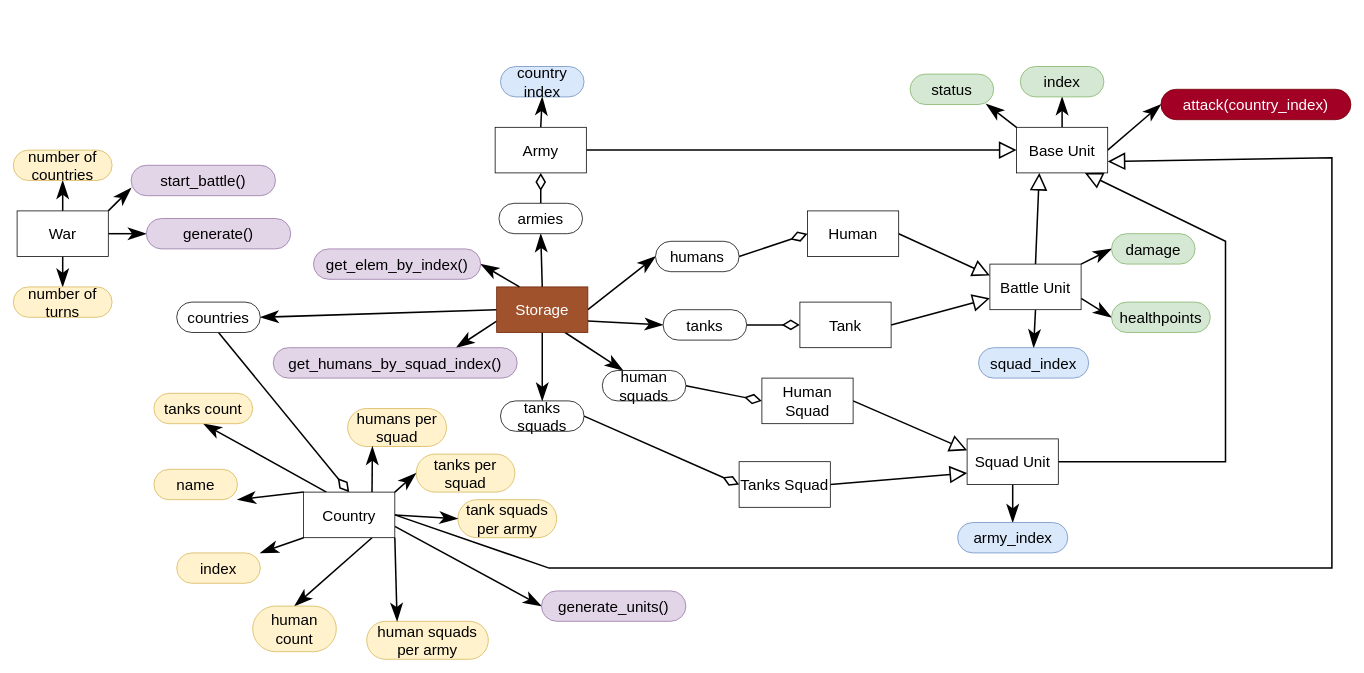
MikelTopKek/battlegame keeps this draw.io diagram as the_battle.drawio. Above is the earlier version. Source tidied: cells renumbered, new cells numbered last; positions are measured from the earlier drawing's top-left corner, leaving out a move shared by most shapes. Both pictures are drawn from the tidied source at 76%, with x=0, y=0 at pixel (13, 66).
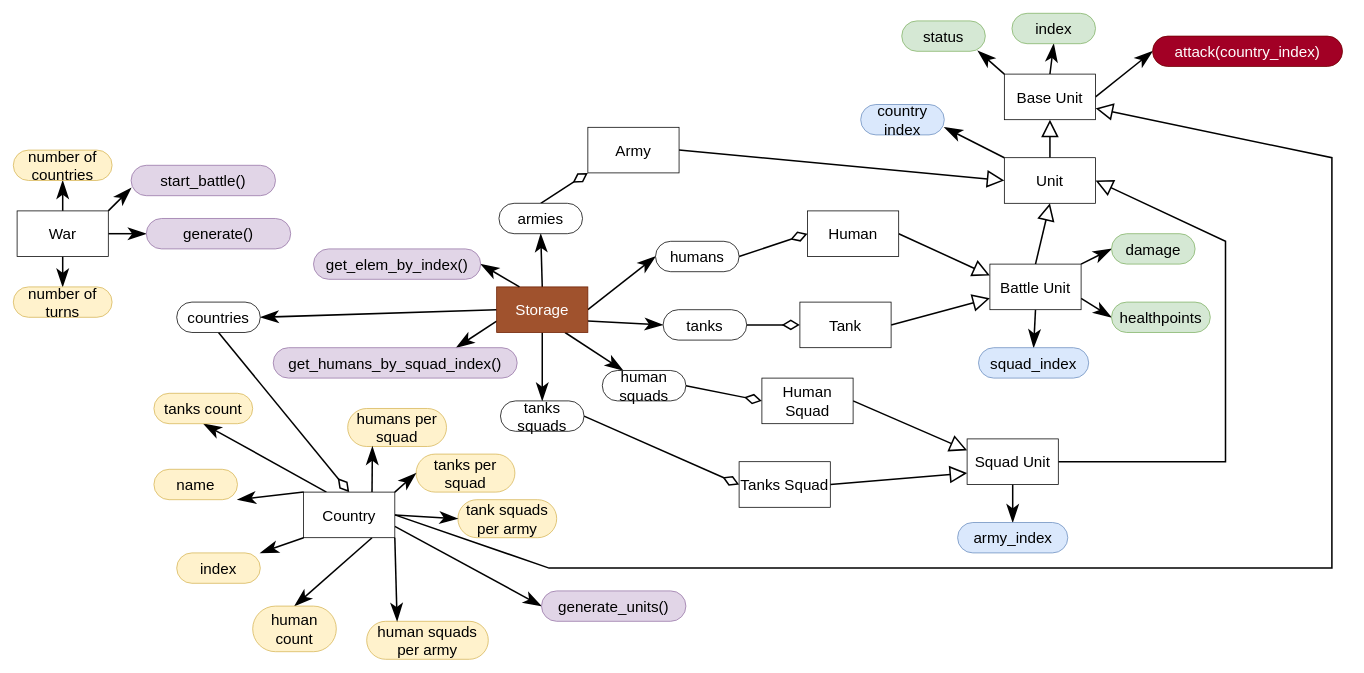
The same diagram, later.

Unchanged cells that the change refers to:
```xml
<mxCell id="50" value="armies" style="rounded=1;whiteSpace=wrap;html=1;fontSize=20;arcSize=50;" parent="1" vertex="1">
  <mxGeometry x="639" y="180" width="110" height="40" as="geometry" />
</mxCell>
<mxCell id="73" value="Battle Unit" style="rounded=0;whiteSpace=wrap;html=1;fontSize=20;" parent="1" vertex="1">
  <mxGeometry x="1285" y="260" width="120" height="60" as="geometry" />
</mxCell>
<mxCell id="79" value="Squad Unit" style="rounded=0;whiteSpace=wrap;html=1;fontSize=20;" parent="1" vertex="1">
  <mxGeometry x="1255" y="490" width="120" height="60" as="geometry" />
</mxCell>
```

Diff of the diagram source:
```diff
@@
-    <mxCell id="48" style="edgeStyle=none;rounded=0;jettySize=auto;html=1;exitX=0.5;exitY=0;exitDx=0;exitDy=0;entryX=0.5;entryY=1;entryDx=0;entryDy=0;endArrow=diamondThin;endFill=0;endSize=18;strokeWidth=2;fontSize=20;" parent="1" edge="1" source="50" target="57">
+    <mxCell id="48" style="edgeStyle=none;rounded=0;jettySize=auto;html=1;exitX=0.5;exitY=0;exitDx=0;exitDy=0;entryX=0;entryY=1;entryDx=0;entryDy=0;endArrow=diamondThin;endFill=0;endSize=18;strokeWidth=2;fontSize=20;" parent="1" edge="1" source="50" target="57">
       <mxGeometry relative="1" as="geometry" />
     </mxCell>
@@
-    <mxCell id="55" style="edgeStyle=none;rounded=0;jettySize=auto;html=1;exitX=1;exitY=0.5;exitDx=0;exitDy=0;entryX=0;entryY=0.5;entryDx=0;entryDy=0;endArrow=block;endFill=0;endSize=18;strokeWidth=2;fontSize=20;" parent="1" edge="1" source="57" target="67">
+    <mxCell id="55" style="edgeStyle=none;rounded=0;jettySize=auto;html=1;exitX=1;exitY=0.5;exitDx=0;exitDy=0;endArrow=block;endFill=0;endSize=18;strokeWidth=2;fontSize=20;entryX=0;entryY=0.5;entryDx=0;entryDy=0;" parent="1" edge="1" source="57" target="87">
       <mxGeometry relative="1" as="geometry" />
     </mxCell>
-    <mxCell id="56" style="edgeStyle=none;rounded=0;jettySize=auto;html=1;exitX=0.5;exitY=0;exitDx=0;exitDy=0;entryX=0.5;entryY=1;entryDx=0;entryDy=0;endArrow=classicThin;endFill=1;endSize=18;strokeWidth=2;fontSize=20;" parent="1" edge="1" source="57" target="80">
+    <mxCell id="56" style="edgeStyle=none;rounded=0;jettySize=auto;html=1;exitX=0;exitY=0;exitDx=0;exitDy=0;entryX=1;entryY=0.75;entryDx=0;entryDy=0;endArrow=classicThin;endFill=1;endSize=18;strokeWidth=2;fontSize=20;" parent="1" edge="1" source="87" target="80">
       <mxGeometry relative="1" as="geometry" />
     </mxCell>
     <mxCell id="57" value="Army" style="rounded=0;whiteSpace=wrap;html=1;fontSize=20;" parent="1" vertex="1">
-      <mxGeometry x="634" y="80" width="120" height="60" as="geometry" />
+      <mxGeometry x="756" y="80" width="120" height="60" as="geometry" />
     </mxCell>
@@
     <mxCell id="67" value="Base Unit" style="rounded=0;whiteSpace=wrap;html=1;fontSize=20;" parent="1" vertex="1">
-      <mxGeometry x="1320" y="80" width="120" height="60" as="geometry" />
+      <mxGeometry x="1304" y="10" width="120" height="60" as="geometry" />
     </mxCell>
     <mxCell id="68" value="index" style="rounded=1;whiteSpace=wrap;html=1;fontSize=20;arcSize=50;fillColor=#d5e8d4;strokeColor=#82b366;" parent="1" vertex="1">
-      <mxGeometry x="1325" width="110" height="40" as="geometry" />
+      <mxGeometry x="1314" y="-70" width="110" height="40" as="geometry" />
     </mxCell>
-    <mxCell id="69" style="edgeStyle=none;rounded=0;jettySize=auto;html=1;exitX=0.5;exitY=0;exitDx=0;exitDy=0;entryX=0.25;entryY=1;entryDx=0;entryDy=0;endArrow=block;endFill=0;endSize=18;strokeWidth=2;fontSize=20;" parent="1" edge="1" source="73" target="67">
+    <mxCell id="69" style="edgeStyle=none;rounded=0;jettySize=auto;html=1;exitX=0.5;exitY=0;exitDx=0;exitDy=0;endArrow=block;endFill=0;endSize=18;strokeWidth=2;fontSize=20;entryX=0.5;entryY=1;entryDx=0;entryDy=0;" parent="1" edge="1" source="73" target="87">
       <mxGeometry relative="1" as="geometry" />
     </mxCell>
@@
     <mxCell id="74" value="attack(country_index)" style="rounded=1;whiteSpace=wrap;html=1;fontSize=20;arcSize=50;fillColor=#a20025;strokeColor=#6F0000;fontColor=#ffffff;" parent="1" vertex="1">
-      <mxGeometry x="1510" y="30" width="250" height="40" as="geometry" />
+      <mxGeometry x="1499" y="-40" width="250" height="40" as="geometry" />
     </mxCell>
@@
-    <mxCell id="77" style="edgeStyle=none;rounded=0;jettySize=auto;html=1;exitX=1;exitY=0.5;exitDx=0;exitDy=0;endArrow=block;endFill=0;endSize=18;strokeWidth=2;fontSize=20;entryX=0.75;entryY=1;entryDx=0;entryDy=0;" parent="1" edge="1" source="79" target="67">
+    <mxCell id="77" style="edgeStyle=none;rounded=0;jettySize=auto;html=1;exitX=1;exitY=0.5;exitDx=0;exitDy=0;endArrow=block;endFill=0;endSize=18;strokeWidth=2;fontSize=20;entryX=1;entryY=0.5;entryDx=0;entryDy=0;" parent="1" edge="1" source="79" target="87">
       <mxGeometry relative="1" as="geometry">
         <Array as="points">
           <mxPoint x="1595" y="520" />
           <mxPoint x="1595" y="230" />
         </Array>
       </mxGeometry>
     </mxCell>
@@
     <mxCell id="80" value="country index" style="rounded=1;whiteSpace=wrap;html=1;fontSize=20;arcSize=50;fillColor=#dae8fc;strokeColor=#6c8ebf;" parent="1" vertex="1">
-      <mxGeometry x="641" width="110" height="40" as="geometry" />
+      <mxGeometry x="1115" y="50" width="110" height="40" as="geometry" />
     </mxCell>
@@
     <mxCell id="85" value="status" style="rounded=1;whiteSpace=wrap;html=1;fontSize=20;arcSize=50;fillColor=#d5e8d4;strokeColor=#82b366;" parent="1" vertex="1">
-      <mxGeometry x="1180" y="10" width="110" height="40" as="geometry" />
+      <mxGeometry x="1169" y="-60" width="110" height="40" as="geometry" />
     </mxCell>
+    <mxCell id="86" style="rounded=0;jettySize=auto;html=1;exitX=0.5;exitY=0;exitDx=0;exitDy=0;entryX=0.5;entryY=1;entryDx=0;entryDy=0;endArrow=block;endFill=0;strokeWidth=2;endSize=18;" parent="1" edge="1" source="87" target="67">
+      <mxGeometry relative="1" as="geometry" />
+    </mxCell>
+    <mxCell id="87" value="Unit" style="rounded=0;whiteSpace=wrap;html=1;fontSize=20;" parent="1" vertex="1">
+      <mxGeometry x="1304" y="120" width="120" height="60" as="geometry" />
+    </mxCell>
```
